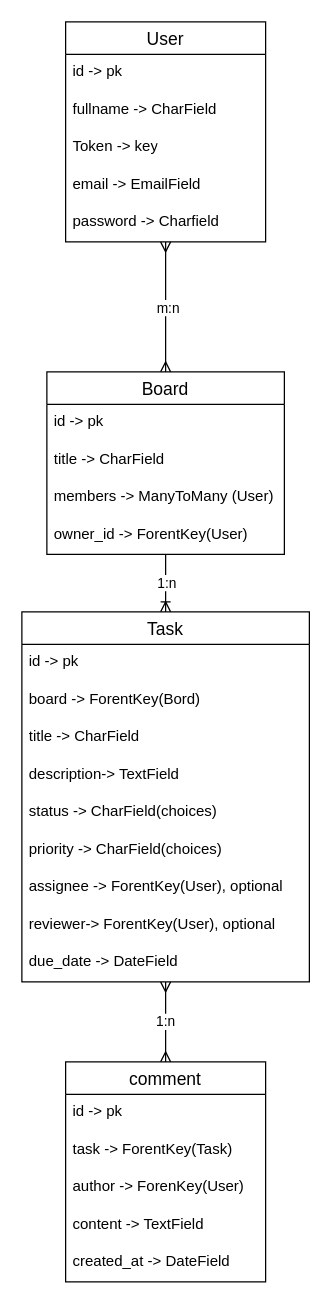
PBiebert/KanMind_Backend keeps this draw.io diagram as docs/er_diagramm.drawio. Above is the earlier version. Source tidied: cells renumbered, new cells numbered last; positions are measured from the earlier drawing's top-left corner, leaving out a move shared by most shapes. Both pictures are drawn from the tidied source at 125%, with x=0, y=0 at pixel (21, 21).
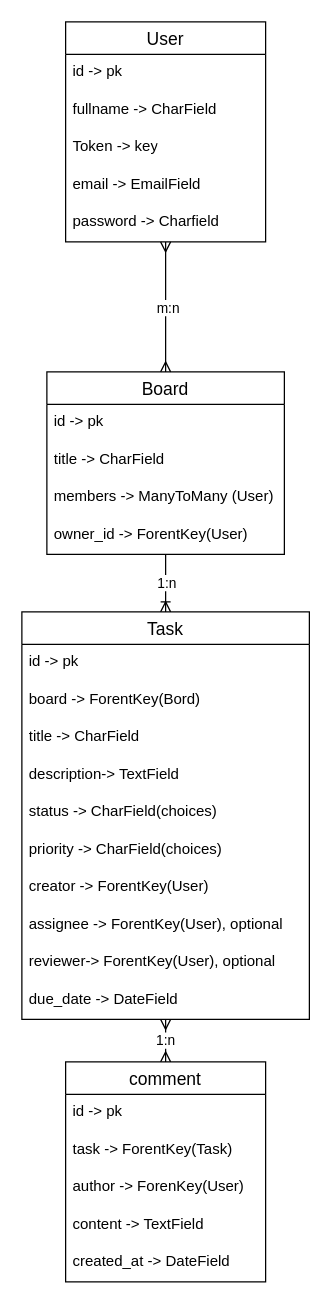
The same diagram, later.

Commit message (it also covers changes not shown here):
feat(kan_mind): Add creator field to Task model; implement IsCreatorOrOwner permission; update serializers and views for task handling

What changed in the source:
```diff
@@
     <mxCell id="18" value="Task" style="swimlane;fontStyle=0;horizontal=1;startSize=26;align=center;fontSize=14;" parent="1" vertex="1">
-      <mxGeometry y="472" width="230" height="296" as="geometry" />
+      <mxGeometry y="472" width="230" height="326" as="geometry" />
     </mxCell>
@@
+    <mxCell id="34" value="creator -&amp;gt; ForentKey(User)&lt;div&gt;&lt;br&gt;&lt;/div&gt;" style="text;strokeColor=none;fillColor=none;spacingLeft=4;spacingRight=4;overflow=hidden;fontSize=12;whiteSpace=wrap;html=1;" parent="18" vertex="1">
+      <mxGeometry y="206" width="230" height="30" as="geometry" />
+    </mxCell>
     <mxCell id="25" value="assignee -&amp;gt; ForentKey(User), optional&lt;div&gt;&lt;br&gt;&lt;/div&gt;" style="text;strokeColor=none;fillColor=none;spacingLeft=4;spacingRight=4;overflow=hidden;fontSize=12;whiteSpace=wrap;html=1;" parent="18" vertex="1">
-      <mxGeometry y="206" width="230" height="30" as="geometry" />
+      <mxGeometry y="236" width="230" height="30" as="geometry" />
     </mxCell>
     <mxCell id="26" value="reviewer-&amp;gt; ForentKey(User), optional" style="text;strokeColor=none;fillColor=none;spacingLeft=4;spacingRight=4;overflow=hidden;fontSize=12;whiteSpace=wrap;html=1;" parent="18" vertex="1">
-      <mxGeometry y="236" width="230" height="30" as="geometry" />
+      <mxGeometry y="266" width="230" height="30" as="geometry" />
     </mxCell>
     <mxCell id="27" value="due_date -&amp;gt; DateField" style="text;strokeColor=none;fillColor=none;spacingLeft=4;spacingRight=4;overflow=hidden;fontSize=12;whiteSpace=wrap;html=1;" parent="18" vertex="1">
-      <mxGeometry y="266" width="230" height="30" as="geometry" />
+      <mxGeometry y="296" width="230" height="30" as="geometry" />
     </mxCell>
```
